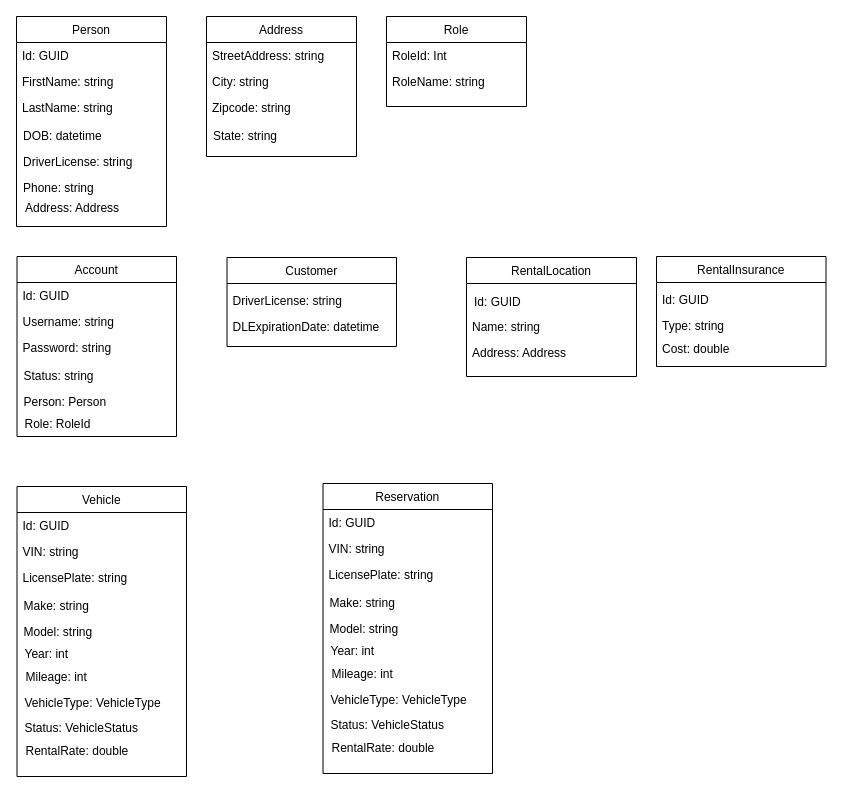
This is page "Class diagram" (3 of 3) of OnlineCarReservaction.drawio from nguyenha1311/ha-diagrams, a draw.io file, before an edit. Source tidied: cells renumbered, new cells numbered last; positions are measured from the earlier drawing's top-left corner, leaving out a move shared by most shapes. Both pictures are drawn from the tidied source at 100%, with x=0, y=0 at pixel (16, 16).
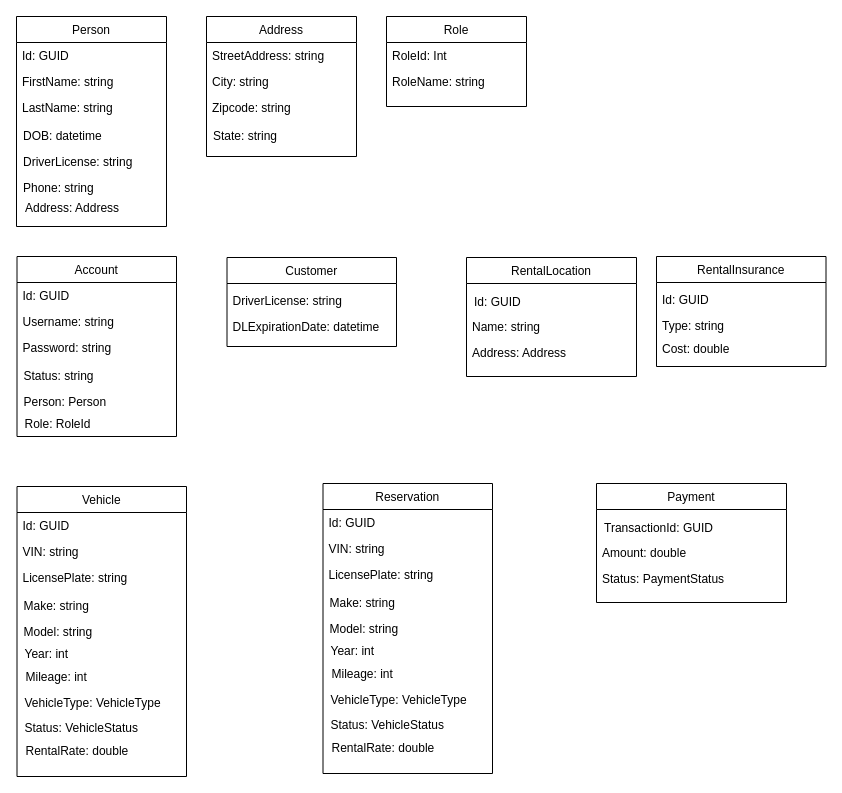
The same page after the edit.

The edit, as a diff of the source:
```diff
@@
+    <mxCell id="58" value="Payment" style="swimlane;fontStyle=0;horizontal=1;startSize=26;fillColor=none;" parent="1" vertex="1">
+      <mxGeometry x="580" y="467" width="190" height="119" as="geometry" />
+    </mxCell>
+    <mxCell id="59" value="Amount: double" style="text;strokeColor=none;fillColor=none;align=left;verticalAlign=top;spacingLeft=4;spacingRight=4;overflow=hidden;" parent="1" vertex="1">
+      <mxGeometry x="580" y="523" width="140" height="26" as="geometry" />
+    </mxCell>
+    <mxCell id="60" value="Status: PaymentStatus" style="text;strokeColor=none;fillColor=none;align=left;verticalAlign=top;spacingLeft=4;spacingRight=4;overflow=hidden;" parent="1" vertex="1">
+      <mxGeometry x="580" y="549" width="180" height="51" as="geometry" />
+    </mxCell>
+    <mxCell id="61" value="TransactionId: GUID" style="text;strokeColor=none;fillColor=none;align=left;verticalAlign=top;spacingLeft=4;spacingRight=4;overflow=hidden;" parent="1" vertex="1">
+      <mxGeometry x="582" y="498" width="140" height="26" as="geometry" />
+    </mxCell>
```
